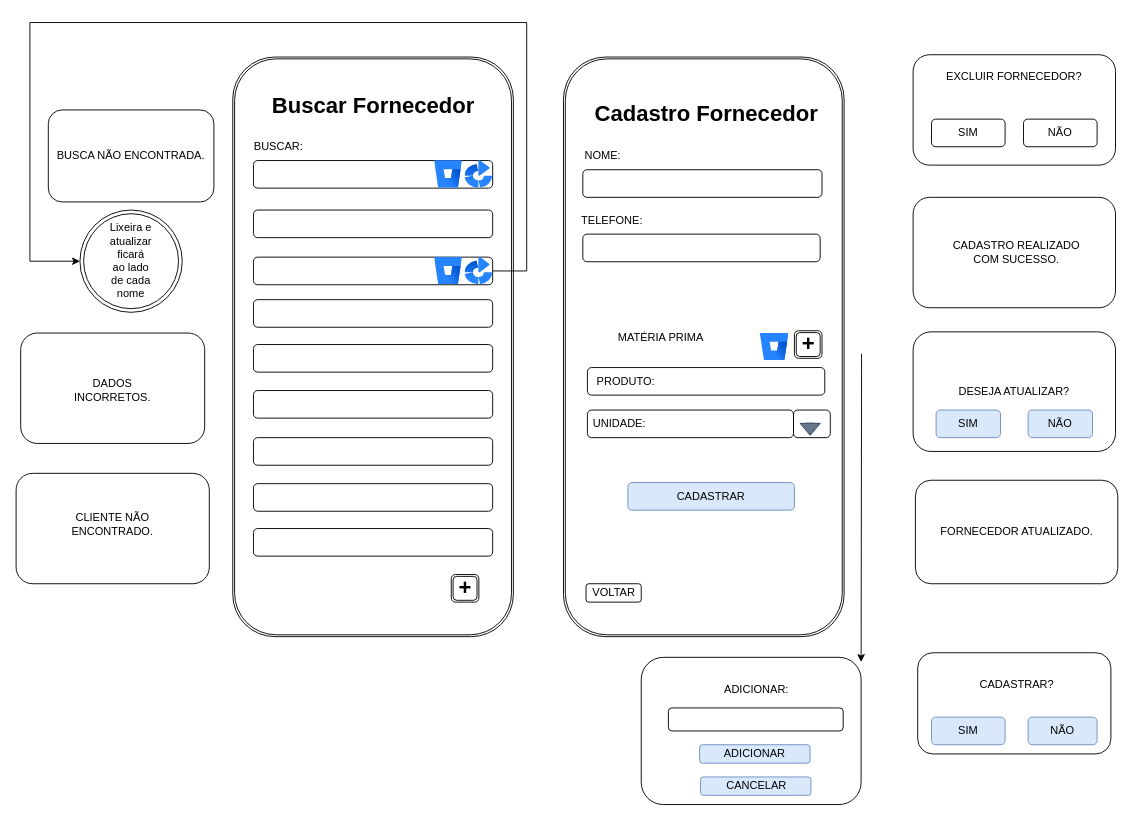
Earlier version of the draw.io diagram page "Página-3" (4 of 14) of DOC/tela.drawio (rafaelareisilva/avatar.app). Source tidied: cells renumbered, new cells numbered last; positions are measured from the earlier drawing's top-left corner, leaving out a move shared by most shapes. Both pictures are drawn from the tidied source at 92%, with x=0, y=0 at pixel (16, 22).
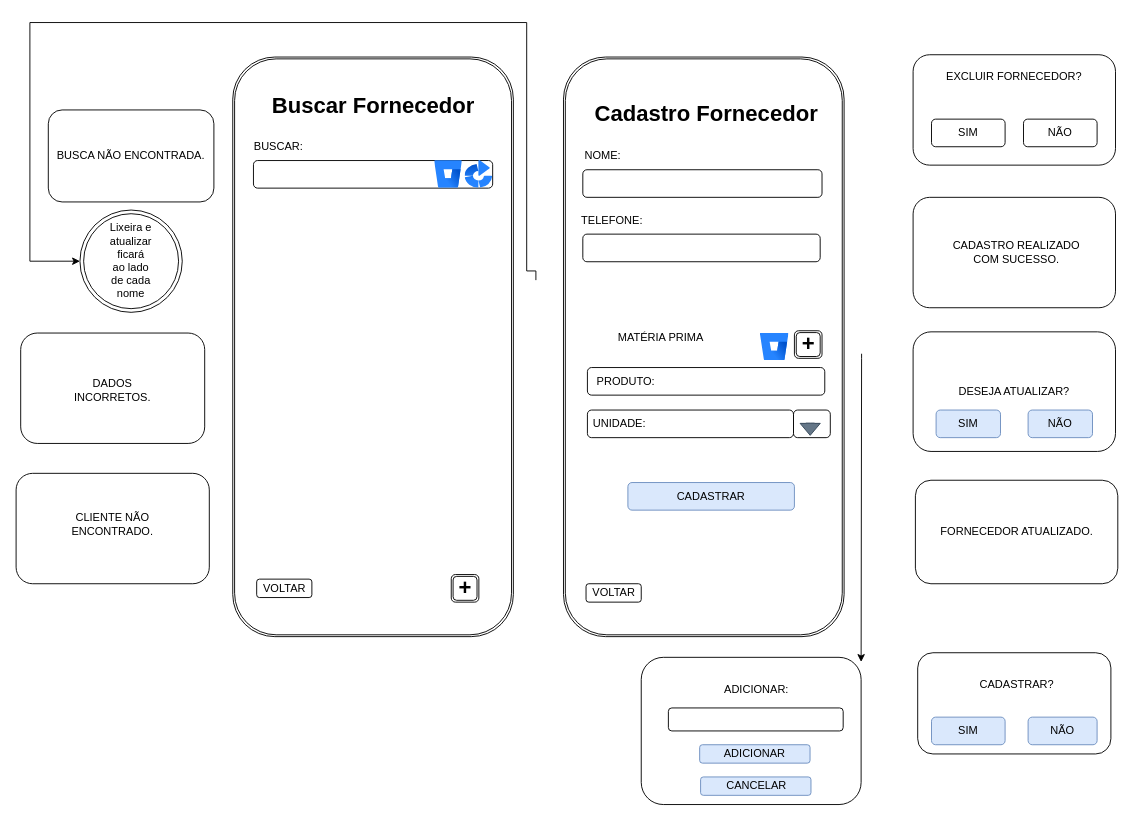
The same diagram, later.

The change refers to these unchanged cells:
```xml
<mxCell id="56" style="ellipse;shape=doubleEllipse;whiteSpace=wrap;html=1;" parent="1" vertex="1">
  <mxGeometry x="69.4" y="203.8" width="111.2" height="111.2" as="geometry" />
</mxCell>
```

The edit, as a diff of the source:
```diff
@@
-    <mxCell id="33" style="rounded=1;whiteSpace=wrap;html=1;" parent="1" vertex="1">
-      <mxGeometry x="258" y="203.8" width="260" height="30" as="geometry" />
-    </mxCell>
-    <mxCell id="34" style="rounded=1;whiteSpace=wrap;html=1;" parent="1" vertex="1">
-      <mxGeometry x="258" y="255" width="260" height="30" as="geometry" />
-    </mxCell>
-    <mxCell id="35" style="rounded=1;whiteSpace=wrap;html=1;" parent="1" vertex="1">
-      <mxGeometry x="258" y="301.2" width="260" height="30" as="geometry" />
-    </mxCell>
-    <mxCell id="36" style="rounded=1;whiteSpace=wrap;html=1;" parent="1" vertex="1">
-      <mxGeometry x="258" y="350" width="260" height="30" as="geometry" />
-    </mxCell>
-    <mxCell id="37" style="rounded=1;whiteSpace=wrap;html=1;" parent="1" vertex="1">
-      <mxGeometry x="258" y="400" width="260" height="30" as="geometry" />
-    </mxCell>
-    <mxCell id="38" style="rounded=1;whiteSpace=wrap;html=1;" parent="1" vertex="1">
-      <mxGeometry x="258" y="451.2" width="260" height="30" as="geometry" />
-    </mxCell>
-    <mxCell id="39" style="rounded=1;whiteSpace=wrap;html=1;" parent="1" vertex="1">
-      <mxGeometry x="258" y="501.2" width="260" height="30" as="geometry" />
-    </mxCell>
-    <mxCell id="40" style="rounded=1;whiteSpace=wrap;html=1;" parent="1" vertex="1">
-      <mxGeometry x="258" y="550" width="260" height="30" as="geometry" />
-    </mxCell>
@@
-    <mxCell id="58" style="image;html=1;image=img/lib/atlassian/Bitbucket_Logo.svg;" parent="1" vertex="1">
-      <mxGeometry x="455" y="255" width="30" height="30" as="geometry" />
-    </mxCell>
-    <mxCell id="59" style="edgeStyle=orthogonalEdgeStyle;rounded=0;jettySize=auto;html=1;entryX=0;entryY=0.5;entryDx=0;entryDy=0;" parent="1" edge="1" source="60" target="56">
+    <mxCell id="59" style="edgeStyle=orthogonalEdgeStyle;rounded=0;jettySize=auto;html=1;entryX=0;entryY=0.5;entryDx=0;entryDy=0;" parent="1" edge="1" target="56">
       <mxGeometry relative="1" as="geometry">
+        <mxPoint x="565" y="280" as="sourcePoint" />
         <Array as="points">
           <mxPoint x="555" y="270" />
           <mxPoint x="555" />
           <mxPoint x="15" />
           <mxPoint x="15" y="259" />
         </Array>
       </mxGeometry>
     </mxCell>
-    <mxCell id="60" style="image;html=1;image=img/lib/atlassian/Bamboo_Logo.svg;" parent="1" vertex="1">
-      <mxGeometry x="488" y="255" width="30" height="30" as="geometry" />
-    </mxCell>
@@
+    <mxCell id="68" value="VOLTAR" style="rounded=1;whiteSpace=wrap;html=1;" parent="1" vertex="1">
+      <mxGeometry x="261.5" y="605" width="60" height="20" as="geometry" />
+    </mxCell>
```
